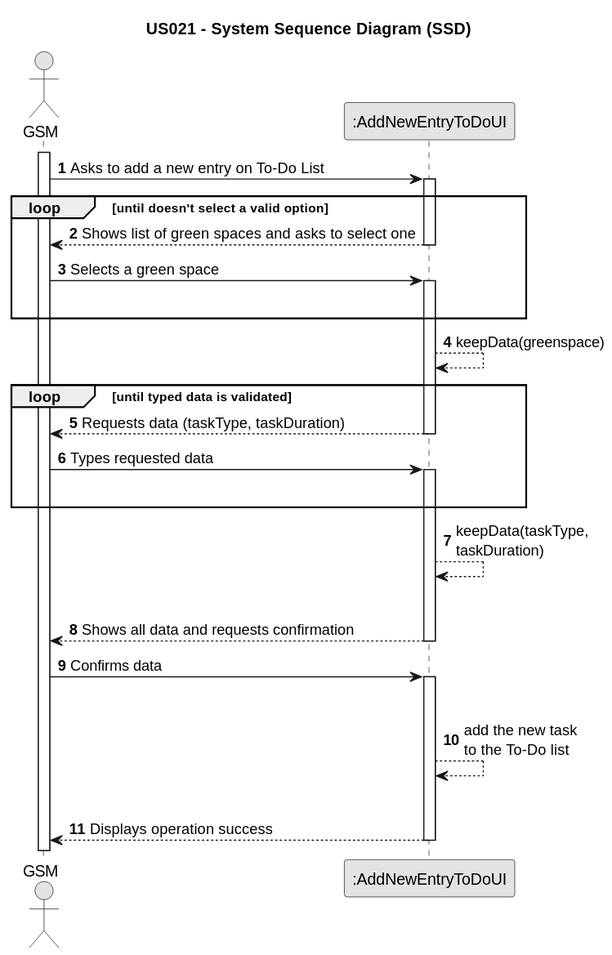
Rui-San/LAPR2_2023_2024 keeps this PlantUML diagram as docs/sprintC/us021/01.requirements-engineering/svg/us021-system-sequence-diagram.svg. Above is the earlier version. Source of this version:
```plantuml
@startuml
skinparam monochrome true
skinparam packageStyle rectangle
skinparam shadowing false

title US021 - System Sequence Diagram (SSD)

autonumber

actor "GSM" as GSM
participant ":AddNewEntryToDoUI" as UI

activate GSM

    GSM -> UI : Asks to add a new entry on To-Do List
    activate UI
    loop until doesn't select a valid option
                    UI --> GSM : Shows list of green spaces and asks to select one
                deactivate UI

                GSM -> UI : Selects a green space

                activate UI
                |||
                end

            UI --> UI : keepData(greenspace)


    loop until typed data is validated

        UI --> GSM : Requests data (taskType, taskDuration)
    deactivate UI

    GSM -> UI : Types requested data

    activate UI
    |||

    end

        UI --> UI : keepData(taskType,\ntaskDuration)
        |||


                UI --> GSM : Shows all data and requests confirmation
deactivate UI
    GSM -> UI : Confirms data

    activate UI
        |||
        UI --> UI : add the new task\nto the To-Do list
        |||
        UI --> GSM : Displays operation success
    deactivate UI
@enduml
```
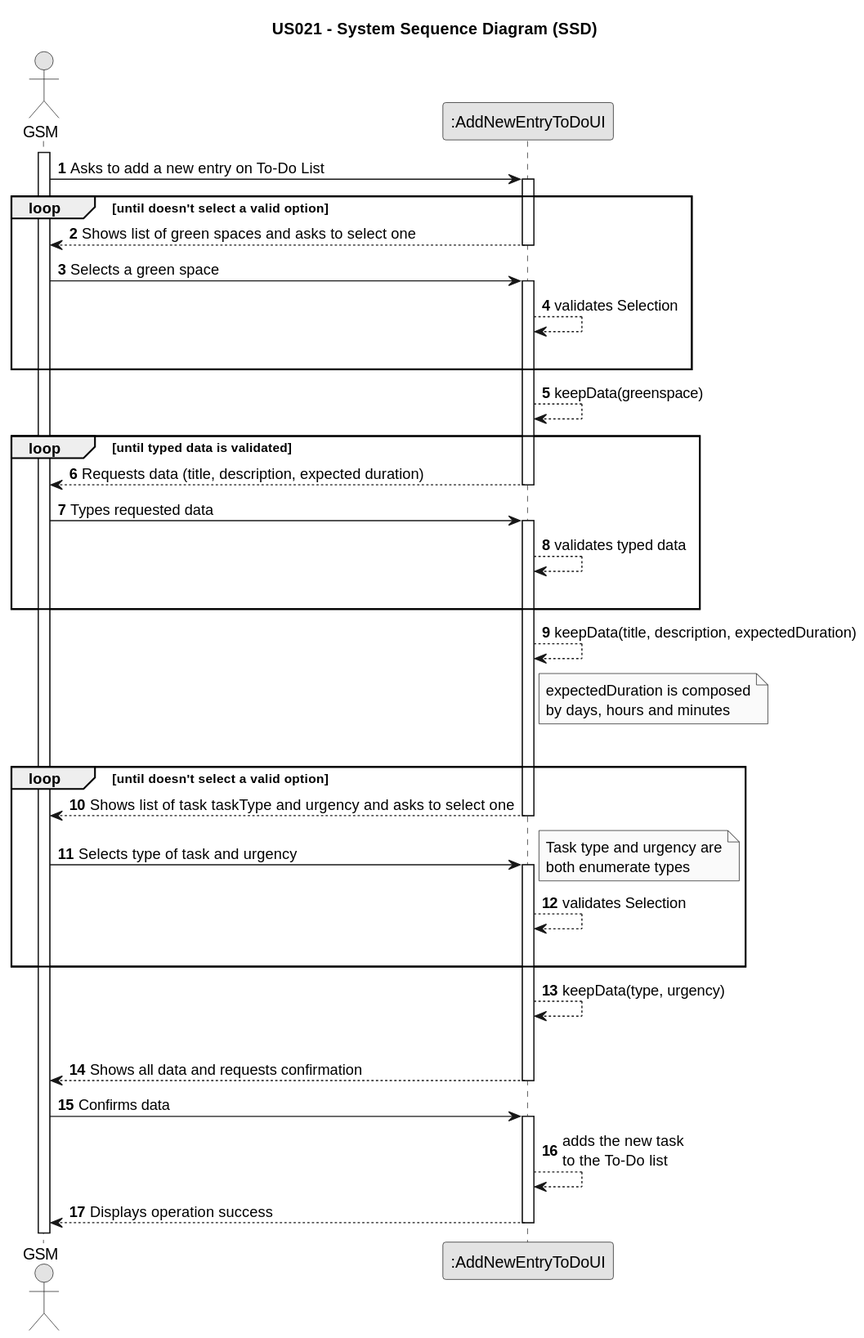
After the commit.

The edit, as a diff of the source:
```diff
@@ -10,10 +10,17 @@
 actor "GSM" as GSM
 participant ":AddNewEntryToDoUI" as UI
 
+
+
+
+
 activate GSM
 
     GSM -> UI : Asks to add a new entry on To-Do List
     activate UI
+
+
+
     loop until doesn't select a valid option
                     UI --> GSM : Shows list of green spaces and asks to select one
                 deactivate UI
@@ -21,6 +28,7 @@
                 GSM -> UI : Selects a green space
 
                 activate UI
+                 UI --> UI: validates Selection
                 |||
                 end
 
@@ -29,18 +37,52 @@
 
     loop until typed data is validated
 
-        UI --> GSM : Requests data (taskType, taskDuration)
+        UI --> GSM : Requests data (title, description, expected duration)
     deactivate UI
 
     GSM -> UI : Types requested data
 
     activate UI
+
+    UI --> UI : validates typed data
     |||
+
 
     end
 
-        UI --> UI : keepData(taskType,\ntaskDuration)
+
+        UI --> UI : keepData(title, description, expectedDuration)
+        note right of UI
+            expectedDuration is composed
+            by days, hours and minutes
+            end note
+
         |||
+
+
+
+
+    loop until doesn't select a valid option
+                        UI --> GSM : Shows list of task taskType and urgency and asks to select one
+                    deactivate UI
+
+                    GSM -> UI : Selects type of task and urgency
+                    note right
+                    Task type and urgency are
+                    both enumerate types
+                    end note
+                    activate UI
+                     UI --> UI: validates Selection
+                    |||
+                    end
+
+                UI --> UI : keepData(type, urgency)
+
+
+        |||
+
+
+
 
 
                 UI --> GSM : Shows all data and requests confirmation
@@ -48,9 +90,10 @@
     GSM -> UI : Confirms data
 
     activate UI
-        |||
-        UI --> UI : add the new task\nto the To-Do list
-        |||
+
+    UI --> UI : adds the new task\nto the To-Do list
+
+
         UI --> GSM : Displays operation success
     deactivate UI
 @enduml
```
